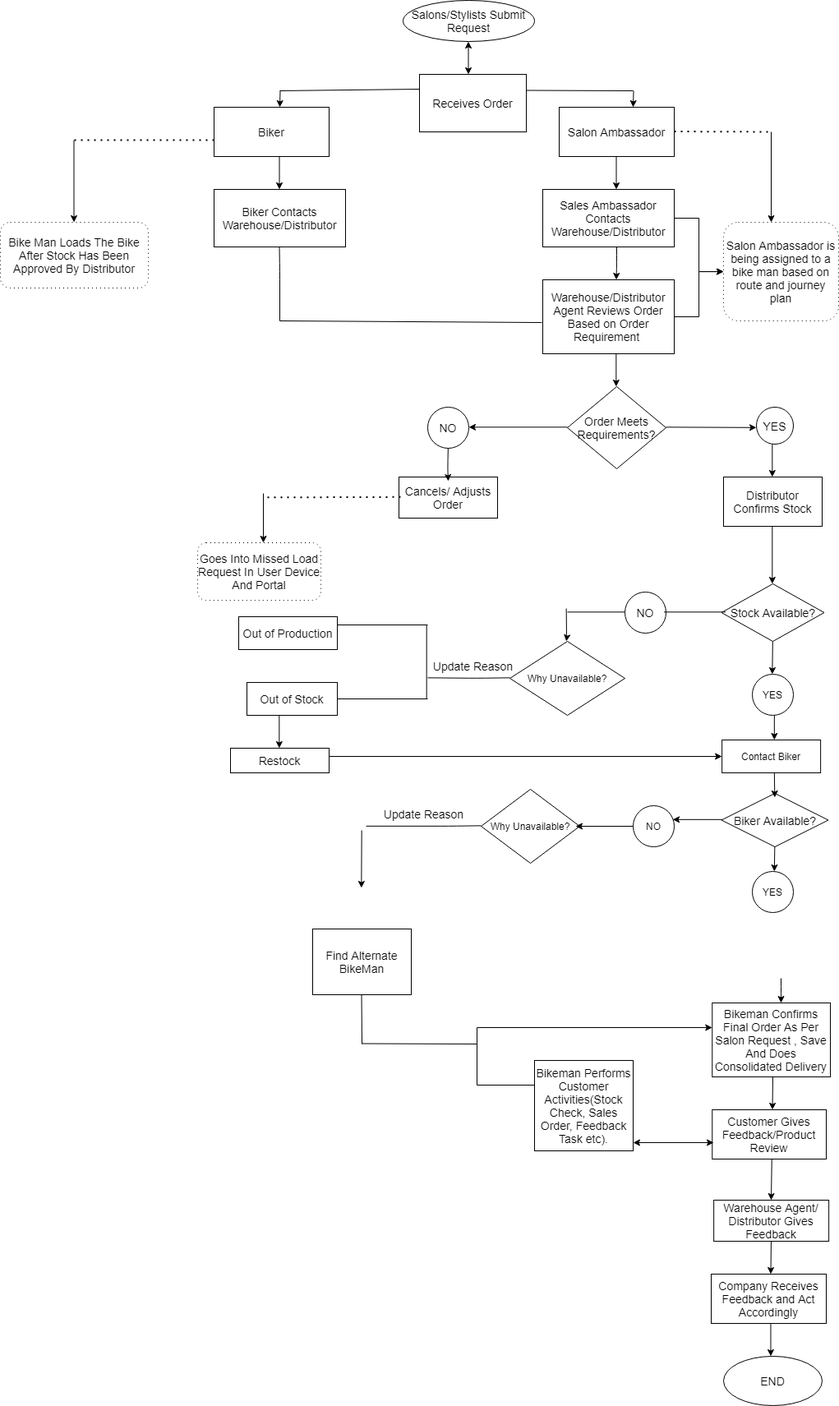
Before: Untitled Diagram2.png, a diagram exported from draw.io (Meiyoure/ddl_internship_quiz). Source tidied: cells renumbered, new cells last; positions are measured from the earlier drawing's top-left corner, leaving out a move shared by most shapes.
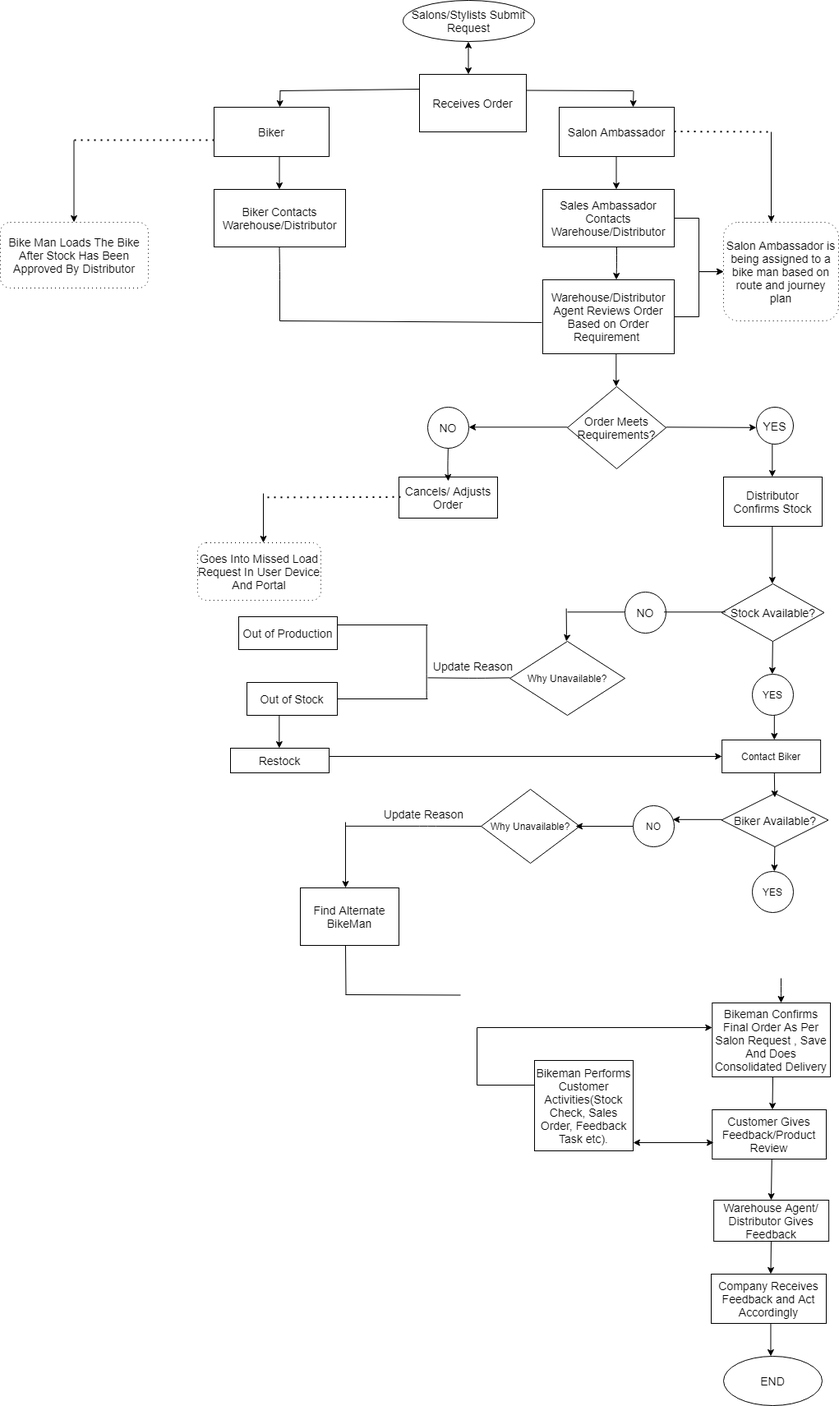
Later version of the same file.

Diff of the diagram source:
```diff
@@ -57,7 +57,7 @@
       <mxGeometry x="585" y="960" width="120" height="90" as="geometry" />
     </mxCell>
     <mxCell id="17" value="&lt;font style=&quot;font-size: 14px&quot;&gt;Find Alternate BikeMan&lt;/font&gt;" style="rounded=0;whiteSpace=wrap;html=1;" parent="1" vertex="1">
-      <mxGeometry x="380" y="1130" width="120" height="80" as="geometry" />
+      <mxGeometry x="365" y="1080" width="120" height="70" as="geometry" />
     </mxCell>
     <mxCell id="18" value="&lt;font style=&quot;font-size: 14px&quot;&gt;Biker&lt;/font&gt;" style="rounded=0;whiteSpace=wrap;html=1;" parent="1" vertex="1">
       <mxGeometry x="260" y="130" width="140" height="60" as="geometry" />
@@ -374,21 +374,14 @@
     <mxCell id="79" value="&lt;font style=&quot;font-size: 14px&quot;&gt;Update Reason&lt;/font&gt;" style="text;html=1;align=center;verticalAlign=middle;" parent="1" vertex="1">
       <mxGeometry x="460" y="980" width="110" height="20" as="geometry" />
     </mxCell>
-    <mxCell id="80" style="endArrow=none;html=1;" parent="1" edge="1">
+    <mxCell id="80" style="endArrow=none;html=1;entryX=0;entryY=0.5;entryDx=0;entryDy=0;" parent="1" edge="1" target="16">
       <mxGeometry relative="1" as="geometry">
-        <mxPoint x="445" y="1004.8" as="sourcePoint" />
-        <mxPoint x="585" y="1004.3" as="targetPoint" />
+        <mxPoint x="420" y="1004.8" as="sourcePoint" />
         <Array as="points">
-          <mxPoint x="545" y="1004.8" />
+          <mxPoint x="520" y="1004.8" />
         </Array>
       </mxGeometry>
     </mxCell>
-    <mxCell id="81" style="endArrow=classic;html=1;" parent="1" edge="1">
-      <mxGeometry relative="1" as="geometry">
-        <mxPoint x="439.7" y="1010" as="sourcePoint" />
-        <mxPoint x="439.3" y="1080" as="targetPoint" />
-      </mxGeometry>
-    </mxCell>
     <mxCell id="82" value="&lt;font style=&quot;font-size: 14px&quot;&gt;Customer Gives Feedback/Product Review&lt;/font&gt;" style="rounded=0;whiteSpace=wrap;html=1;" parent="1" vertex="1">
       <mxGeometry x="866.2" y="1350" width="138.8" height="60" as="geometry" />
     </mxCell>
@@ -400,14 +393,14 @@
     </mxCell>
     <mxCell id="84" style="endArrow=none;html=1;" parent="1" edge="1">
       <mxGeometry relative="1" as="geometry">
-        <mxPoint x="440" y="1270" as="sourcePoint" />
-        <mxPoint x="439.5" y="1210" as="targetPoint" />
+        <mxPoint x="420.5" y="1210" as="sourcePoint" />
+        <mxPoint x="420" y="1150" as="targetPoint" />
       </mxGeometry>
     </mxCell>
     <mxCell id="85" style="endArrow=none;html=1;" parent="1" edge="1">
       <mxGeometry relative="1" as="geometry">
-        <mxPoint x="580" y="1270" as="sourcePoint" />
-        <mxPoint x="440" y="1269.5" as="targetPoint" />
+        <mxPoint x="560" y="1210.5" as="sourcePoint" />
+        <mxPoint x="420" y="1210" as="targetPoint" />
       </mxGeometry>
     </mxCell>
     <mxCell id="86" style="endArrow=none;html=1;" parent="1" edge="1">
@@ -449,5 +442,11 @@
         </Array>
       </mxGeometry>
     </mxCell>
+    <mxCell id="92" style="endArrow=classic;html=1;" parent="1" edge="1">
+      <mxGeometry relative="1" as="geometry">
+        <mxPoint x="420" y="1000" as="sourcePoint" />
+        <mxPoint x="420" y="1080" as="targetPoint" />
+      </mxGeometry>
+    </mxCell>
   </root>
 </mxGraphModel>
```
